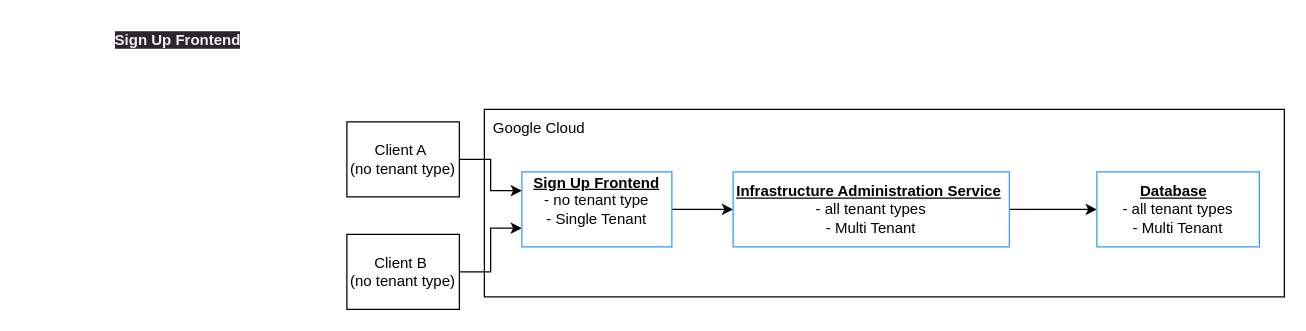
The draw.io diagram page "Component-SignUp" (6 of 6) of docs/final_submission/resources/03-runtime-view/multitenancy.drawio in HTWG-Zeugs/park, before the edit. Source tidied: cells renumbered, new cells numbered last; positions are measured from the earlier drawing's top-left corner, leaving out a move shared by most shapes. Both pictures are drawn from the tidied source at 125%, with x=0, y=0 at pixel (21, 21).
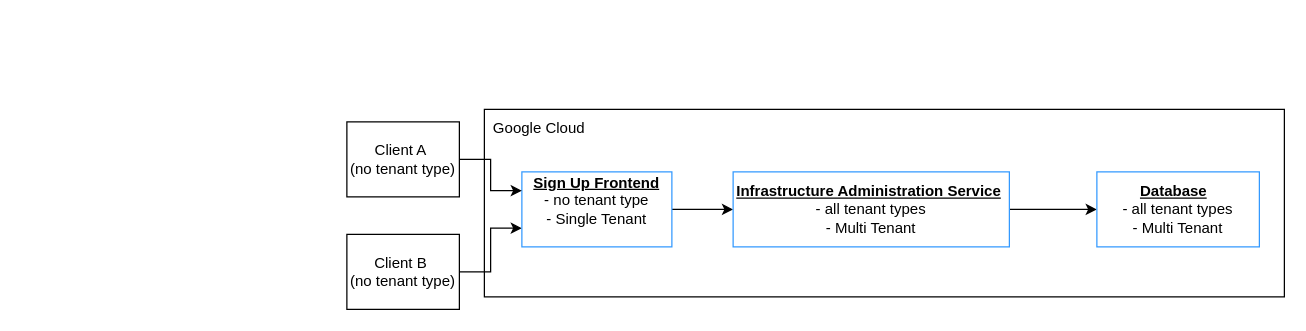
The same diagram, later.

Commit message (it also covers changes not shown here):
updated runtime overview figures

Change to the diagram source:
```diff
@@
 <mxGraphModel>
   <root>
     <mxCell id="0" />
     <mxCell id="1" parent="0" />
     <mxCell id="2" value="Client A&amp;nbsp;&lt;div&gt;(no tenant type)&lt;/div&gt;" style="whiteSpace=wrap;html=1;" parent="1" vertex="1">
       <mxGeometry x="260" y="80" width="90" height="60" as="geometry" />
     </mxCell>
     <mxCell id="3" style="whiteSpace=wrap;html=1;" parent="1" vertex="1">
       <mxGeometry x="370" y="70" width="640" height="150" as="geometry" />
     </mxCell>
     <mxCell id="4" value="Google Cloud" style="text;html=1;align=center;verticalAlign=middle;whiteSpace=wrap;rounded=0;" parent="1" vertex="1">
       <mxGeometry x="369" y="70" width="90" height="30" as="geometry" />
     </mxCell>
     <mxCell id="5" style="edgeStyle=orthogonalEdgeStyle;rounded=0;jettySize=auto;html=1;exitX=1;exitY=0.5;exitDx=0;exitDy=0;entryX=0;entryY=0.75;entryDx=0;entryDy=0;" parent="1" edge="1" source="6" target="8">
       <mxGeometry relative="1" as="geometry" />
     </mxCell>
     <mxCell id="6" value="Client B&amp;nbsp;&lt;div&gt;(no tenant type)&lt;/div&gt;" style="whiteSpace=wrap;html=1;" parent="1" vertex="1">
       <mxGeometry x="260" y="170" width="90" height="60" as="geometry" />
     </mxCell>
     <mxCell id="7" style="edgeStyle=orthogonalEdgeStyle;rounded=0;jettySize=auto;html=1;exitX=1;exitY=0.5;exitDx=0;exitDy=0;entryX=0;entryY=0.5;entryDx=0;entryDy=0;" parent="1" edge="1" source="8" target="12">
       <mxGeometry relative="1" as="geometry" />
     </mxCell>
     <mxCell id="8" value="&lt;b&gt;&lt;u&gt;Sign Up Frontend&lt;/u&gt;&lt;/b&gt;&lt;div&gt;- no tenant type&lt;/div&gt;&lt;div&gt;- Single Tenant&lt;/div&gt;&lt;div&gt;&lt;br&gt;&lt;/div&gt;" style="rounded=0;whiteSpace=wrap;html=1;strokeColor=#3399FF;" parent="1" vertex="1">
       <mxGeometry x="400" y="120" width="120" height="60" as="geometry" />
     </mxCell>
     <mxCell id="9" style="edgeStyle=orthogonalEdgeStyle;rounded=0;jettySize=auto;html=1;exitX=1;exitY=0.5;exitDx=0;exitDy=0;entryX=0;entryY=0.25;entryDx=0;entryDy=0;" parent="1" edge="1" source="2" target="8">
       <mxGeometry relative="1" as="geometry" />
     </mxCell>
-    <mxCell id="10" value="&lt;b style=&quot;border-color: rgb(0, 0, 0); color: rgb(240, 240, 240); font-family: Helvetica; font-size: 12px; font-style: normal; font-variant-ligatures: normal; font-variant-caps: normal; letter-spacing: normal; orphans: 2; text-align: center; text-indent: 0px; text-transform: none; widows: 2; word-spacing: 0px; -webkit-text-stroke-width: 0px; white-space: normal; background-color: rgb(42, 37, 47); text-decoration-thickness: initial; text-decoration-style: initial; text-decoration-color: initial;&quot;&gt;Sign Up Frontend&lt;/b&gt;" style="text;html=1;align=center;verticalAlign=middle;whiteSpace=wrap;rounded=0;" parent="1" vertex="1">
-      <mxGeometry width="250" height="30" as="geometry" />
-    </mxCell>
     <mxCell id="11" style="edgeStyle=orthogonalEdgeStyle;rounded=0;jettySize=auto;html=1;exitX=1;exitY=0.5;exitDx=0;exitDy=0;" parent="1" edge="1" source="12" target="13">
       <mxGeometry relative="1" as="geometry" />
     </mxCell>
     <mxCell id="12" value="&lt;div&gt;&lt;u style=&quot;font-weight: bold;&quot;&gt;Infrastructure Administration Service&lt;/u&gt;&amp;nbsp; - all tenant types&lt;/div&gt;&lt;div&gt;&lt;span style=&quot;background-color: transparent; color: light-dark(rgb(0, 0, 0), rgb(255, 255, 255));&quot;&gt;- Multi Tenant&lt;/span&gt;&lt;/div&gt;" style="rounded=0;whiteSpace=wrap;html=1;strokeColor=#3399FF;" parent="1" vertex="1">
       <mxGeometry x="569" y="120" width="221" height="60" as="geometry" />
     </mxCell>
     <mxCell id="13" value="&lt;div&gt;&lt;u style=&quot;font-weight: bold;&quot;&gt;Database&lt;/u&gt;&amp;nbsp;&amp;nbsp;&lt;/div&gt;&lt;div&gt;- all tenant types&lt;/div&gt;&lt;div&gt;&lt;span style=&quot;background-color: transparent; color: light-dark(rgb(0, 0, 0), rgb(255, 255, 255));&quot;&gt;- Multi Tenant&lt;/span&gt;&lt;/div&gt;" style="rounded=0;whiteSpace=wrap;html=1;strokeColor=#3399FF;" parent="1" vertex="1">
       <mxGeometry x="860" y="120" width="130" height="60" as="geometry" />
     </mxCell>
   </root>
 </mxGraphModel>
```
